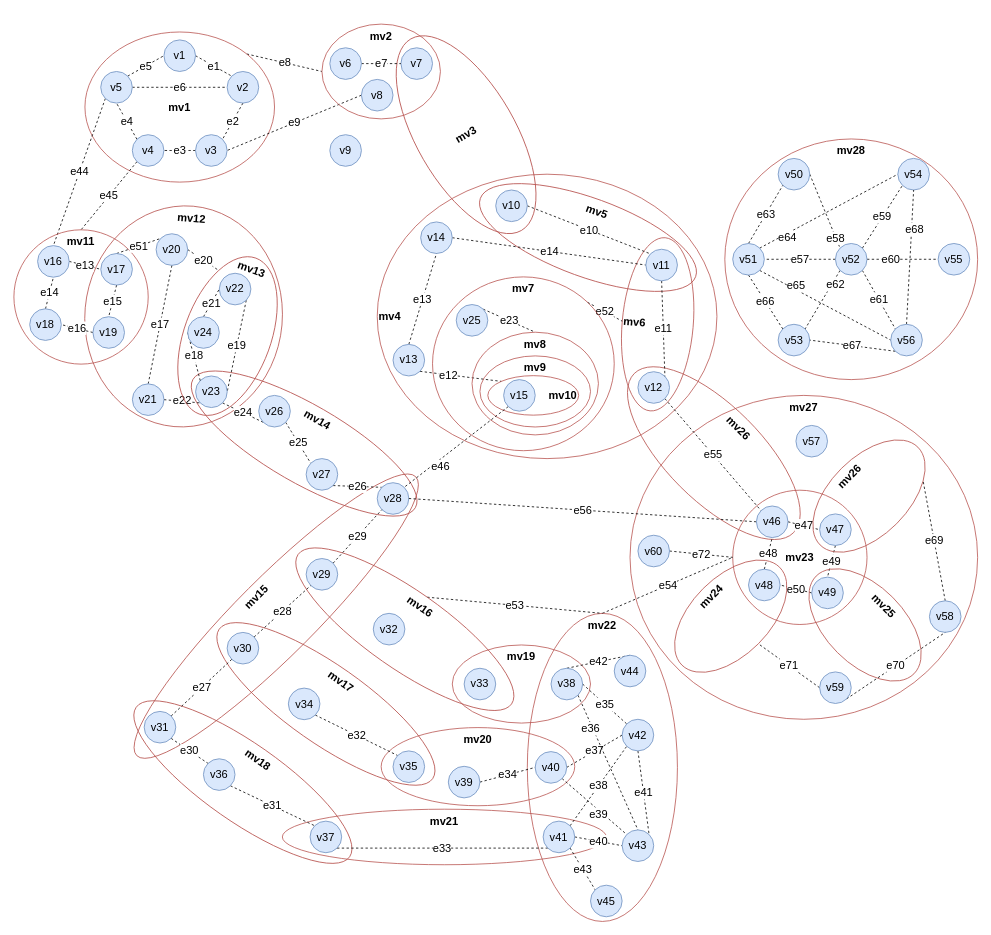
Before: Big metagraph.drawio in DMfananddu/MAG_Diploma, a draw.io diagram. Source tidied: cells renumbered, new cells numbered last; positions are measured from the earlier drawing's top-left corner, leaving out a move shared by most shapes. Both pictures are drawn from the tidied source at 79%, with x=0, y=0 at pixel (13, 24).
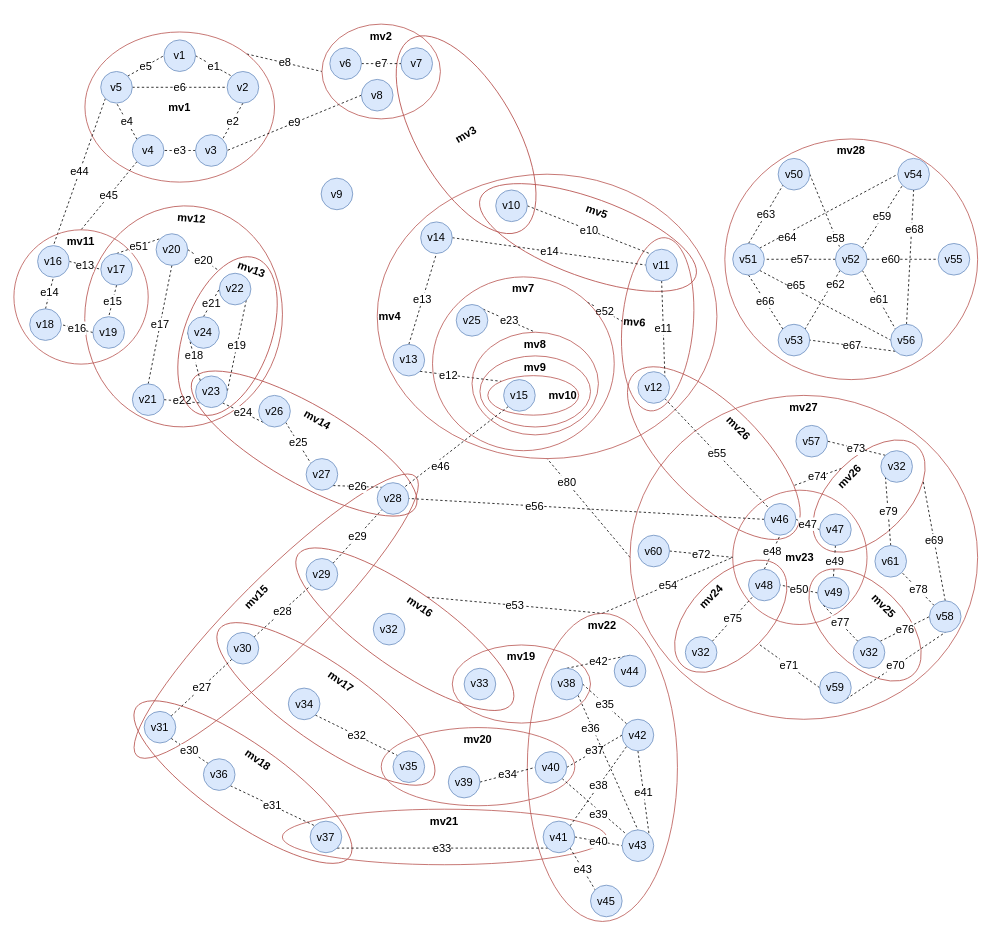
The same diagram, later.

Unchanged cells that the change refers to:
```xml
<mxCell id="2" value="mv27" style="ellipse;whiteSpace=wrap;html=1;fillColor=none;strokeColor=#b85450;fontSize=14;fontStyle=1;verticalAlign=top;rotation=0;" parent="1" vertex="1">
  <mxGeometry x="780" y="470" width="440" height="410" as="geometry" />
</mxCell>
<mxCell id="3" value="mv26" style="ellipse;whiteSpace=wrap;html=1;fillColor=none;strokeColor=#b85450;fontSize=14;fontStyle=1;verticalAlign=top;rotation=45;" parent="1" vertex="1">
  <mxGeometry x="743.6" y="483.1" width="285" height="120" as="geometry" />
</mxCell>
<mxCell id="15" value="mv4" style="ellipse;whiteSpace=wrap;html=1;fillColor=none;strokeColor=#b85450;fontSize=14;fontStyle=1;align=left;" parent="1" vertex="1">
  <mxGeometry x="460" y="190" width="430" height="360" as="geometry" />
</mxCell>
<mxCell id="89" value="v28" style="ellipse;whiteSpace=wrap;html=1;fillColor=#dae8fc;strokeColor=#6c8ebf;fontSize=14;" parent="1" vertex="1">
  <mxGeometry x="460" y="580.5" width="40" height="40" as="geometry" />
</mxCell>
<mxCell id="131" value="v48" style="ellipse;whiteSpace=wrap;html=1;fillColor=#dae8fc;strokeColor=#6c8ebf;fontSize=14;" parent="1" vertex="1">
  <mxGeometry x="930" y="690" width="40" height="40" as="geometry" />
</mxCell>
<mxCell id="157" value="v57" style="ellipse;whiteSpace=wrap;html=1;fillColor=#dae8fc;strokeColor=#6c8ebf;fontSize=14;" parent="1" vertex="1">
  <mxGeometry x="990" y="508" width="40" height="40" as="geometry" />
</mxCell>
<mxCell id="159" value="v58" style="ellipse;whiteSpace=wrap;html=1;fillColor=#dae8fc;strokeColor=#6c8ebf;fontSize=14;" parent="1" vertex="1">
  <mxGeometry x="1159" y="730" width="40" height="40" as="geometry" />
</mxCell>
```

Change to the diagram source:
```diff
@@
+    <mxCell id="165" value="e80" style="edgeStyle=none;rounded=0;jettySize=auto;html=1;exitX=0;exitY=0.5;exitDx=0;exitDy=0;entryX=0.5;entryY=1;entryDx=0;entryDy=0;dashed=1;fontSize=14;endArrow=none;endFill=0;" parent="1" edge="1" source="2" target="15">
+      <mxGeometry x="0.52" relative="1" as="geometry" />
+    </mxCell>
@@
+    <mxCell id="166" value="e74" style="edgeStyle=none;rounded=0;jettySize=auto;html=1;exitX=0.5;exitY=0;exitDx=0;exitDy=0;entryX=1;entryY=0;entryDx=0;entryDy=0;dashed=1;fontSize=14;endArrow=none;endFill=0;" parent="1" edge="1" source="135" target="3">
+      <mxGeometry relative="1" as="geometry" />
+    </mxCell>
+    <mxCell id="135" value="mv26" style="ellipse;whiteSpace=wrap;html=1;fillColor=none;strokeColor=#b85450;fontSize=14;fontStyle=1;verticalAlign=top;rotation=-45;" parent="1" vertex="1">
+      <mxGeometry x="995" y="548" width="175" height="98.9" as="geometry" />
+    </mxCell>
+    <mxCell id="134" value="mv24" style="ellipse;whiteSpace=wrap;html=1;fillColor=none;strokeColor=#b85450;fontSize=14;fontStyle=1;verticalAlign=top;rotation=-45;" parent="1" vertex="1">
+      <mxGeometry x="820" y="700" width="175" height="98.9" as="geometry" />
+    </mxCell>
+    <mxCell id="136" value="mv25" style="ellipse;whiteSpace=wrap;html=1;fillColor=none;strokeColor=#b85450;fontSize=14;fontStyle=1;verticalAlign=top;rotation=45;" parent="1" vertex="1">
+      <mxGeometry x="990" y="711.1" width="175" height="98.9" as="geometry" />
+    </mxCell>
@@
     <mxCell id="6" value="mv20" style="ellipse;whiteSpace=wrap;html=1;fillColor=none;strokeColor=#b85450;fontSize=14;fontStyle=1;verticalAlign=top;rotation=0;" parent="1" vertex="1">
-      <mxGeometry x="465" y="890.5" width="245" height="98.9" as="geometry" />
+      <mxGeometry x="465.1" y="890.5" width="245" height="98.9" as="geometry" />
     </mxCell>
@@
     <mxCell id="10" value="mv18" style="ellipse;whiteSpace=wrap;html=1;fillColor=none;strokeColor=#b85450;fontSize=14;fontStyle=1;verticalAlign=top;rotation=35;" parent="1" vertex="1">
-      <mxGeometry x="125" y="910" width="329.9" height="98.9" as="geometry" />
+      <mxGeometry x="125.1" y="910" width="329.9" height="98.9" as="geometry" />
     </mxCell>
@@
     <mxCell id="43" value="v9" style="ellipse;whiteSpace=wrap;html=1;fillColor=#dae8fc;strokeColor=#6c8ebf;fontSize=14;" parent="1" vertex="1">
-      <mxGeometry x="400" y="140" width="40" height="40" as="geometry" />
+      <mxGeometry x="389" y="195" width="40" height="40" as="geometry" />
     </mxCell>
@@
     <mxCell id="105" value="v37" style="ellipse;whiteSpace=wrap;html=1;fillColor=#dae8fc;strokeColor=#6c8ebf;fontSize=14;" parent="1" vertex="1">
-      <mxGeometry x="375" y="1008.9" width="40" height="40" as="geometry" />
+      <mxGeometry x="375.1" y="1008.9" width="40" height="40" as="geometry" />
     </mxCell>
@@
     <mxCell id="126" value="e56" style="edgeStyle=none;rounded=0;jettySize=auto;html=1;exitX=0;exitY=0.5;exitDx=0;exitDy=0;entryX=1;entryY=0.5;entryDx=0;entryDy=0;dashed=1;fontSize=14;endArrow=none;endFill=0;" parent="1" edge="1" source="127" target="89">
-      <mxGeometry relative="1" as="geometry" />
+      <mxGeometry x="0.29" relative="1" as="geometry" />
     </mxCell>
     <mxCell id="127" value="v46" style="ellipse;whiteSpace=wrap;html=1;fillColor=#dae8fc;strokeColor=#6c8ebf;fontSize=14;" parent="1" vertex="1">
-      <mxGeometry x="940" y="610" width="40" height="40" as="geometry" />
+      <mxGeometry x="950" y="606.9" width="40" height="40" as="geometry" />
     </mxCell>
@@
     <mxCell id="133" value="v49" style="ellipse;whiteSpace=wrap;html=1;fillColor=#dae8fc;strokeColor=#6c8ebf;fontSize=14;" parent="1" vertex="1">
-      <mxGeometry x="1010" y="700" width="40" height="40" as="geometry" />
+      <mxGeometry x="1017.5" y="700" width="40" height="40" as="geometry" />
     </mxCell>
-    <mxCell id="134" value="mv24" style="ellipse;whiteSpace=wrap;html=1;fillColor=none;strokeColor=#b85450;fontSize=14;fontStyle=1;verticalAlign=top;rotation=-45;" parent="1" vertex="1">
-      <mxGeometry x="820" y="700" width="175" height="98.9" as="geometry" />
-    </mxCell>
-    <mxCell id="135" value="mv26" style="ellipse;whiteSpace=wrap;html=1;fillColor=none;strokeColor=#b85450;fontSize=14;fontStyle=1;verticalAlign=top;rotation=-45;" parent="1" vertex="1">
-      <mxGeometry x="995" y="548" width="175" height="98.9" as="geometry" />
-    </mxCell>
-    <mxCell id="136" value="mv25" style="ellipse;whiteSpace=wrap;html=1;fillColor=none;strokeColor=#b85450;fontSize=14;fontStyle=1;verticalAlign=top;rotation=45;" parent="1" vertex="1">
-      <mxGeometry x="990" y="711.1" width="175" height="98.9" as="geometry" />
-    </mxCell>
@@
+    <mxCell id="167" value="e78" style="edgeStyle=none;rounded=0;jettySize=auto;html=1;exitX=0;exitY=0;exitDx=0;exitDy=0;entryX=1;entryY=1;entryDx=0;entryDy=0;dashed=1;fontSize=14;endArrow=none;endFill=0;" parent="1" edge="1" source="159" target="176">
+      <mxGeometry relative="1" as="geometry" />
+    </mxCell>
@@
+    <mxCell id="168" value="e76" style="edgeStyle=none;rounded=0;jettySize=auto;html=1;exitX=1;exitY=0;exitDx=0;exitDy=0;entryX=0;entryY=0.5;entryDx=0;entryDy=0;dashed=1;fontSize=14;endArrow=none;endFill=0;" parent="1" edge="1" source="170" target="159">
+      <mxGeometry relative="1" as="geometry" />
+    </mxCell>
+    <mxCell id="169" value="e77" style="edgeStyle=none;rounded=0;jettySize=auto;html=1;exitX=0;exitY=0;exitDx=0;exitDy=0;entryX=0;entryY=1;entryDx=0;entryDy=0;dashed=1;fontSize=14;endArrow=none;endFill=0;" parent="1" edge="1" source="170" target="133">
+      <mxGeometry relative="1" as="geometry" />
+    </mxCell>
+    <mxCell id="170" value="v32" style="ellipse;whiteSpace=wrap;html=1;fillColor=#dae8fc;strokeColor=#6c8ebf;fontSize=14;" parent="1" vertex="1">
+      <mxGeometry x="1062.5" y="775.4" width="40" height="40" as="geometry" />
+    </mxCell>
+    <mxCell id="171" value="e75" style="edgeStyle=none;rounded=0;jettySize=auto;html=1;exitX=1;exitY=0;exitDx=0;exitDy=0;entryX=0;entryY=1;entryDx=0;entryDy=0;dashed=1;fontSize=14;endArrow=none;endFill=0;" parent="1" edge="1" source="172" target="131">
+      <mxGeometry relative="1" as="geometry" />
+    </mxCell>
+    <mxCell id="172" value="v32" style="ellipse;whiteSpace=wrap;html=1;fillColor=#dae8fc;strokeColor=#6c8ebf;fontSize=14;" parent="1" vertex="1">
+      <mxGeometry x="850" y="775.4" width="40" height="40" as="geometry" />
+    </mxCell>
+    <mxCell id="173" value="e73" style="edgeStyle=none;rounded=0;jettySize=auto;html=1;exitX=0;exitY=0;exitDx=0;exitDy=0;entryX=1;entryY=0.5;entryDx=0;entryDy=0;dashed=1;fontSize=14;endArrow=none;endFill=0;" parent="1" edge="1" source="174" target="157">
+      <mxGeometry relative="1" as="geometry" />
+    </mxCell>
+    <mxCell id="174" value="v32" style="ellipse;whiteSpace=wrap;html=1;fillColor=#dae8fc;strokeColor=#6c8ebf;fontSize=14;" parent="1" vertex="1">
+      <mxGeometry x="1097.5" y="540" width="40" height="40" as="geometry" />
+    </mxCell>
+    <mxCell id="175" value="e79" style="edgeStyle=none;rounded=0;jettySize=auto;html=1;exitX=0.5;exitY=0;exitDx=0;exitDy=0;entryX=0;entryY=1;entryDx=0;entryDy=0;dashed=1;fontSize=14;endArrow=none;endFill=0;" parent="1" edge="1" source="176" target="174">
+      <mxGeometry relative="1" as="geometry" />
+    </mxCell>
+    <mxCell id="176" value="v61" style="ellipse;whiteSpace=wrap;html=1;fillColor=#dae8fc;strokeColor=#6c8ebf;fontSize=14;" parent="1" vertex="1">
+      <mxGeometry x="1090" y="660" width="40" height="40" as="geometry" />
+    </mxCell>
```
